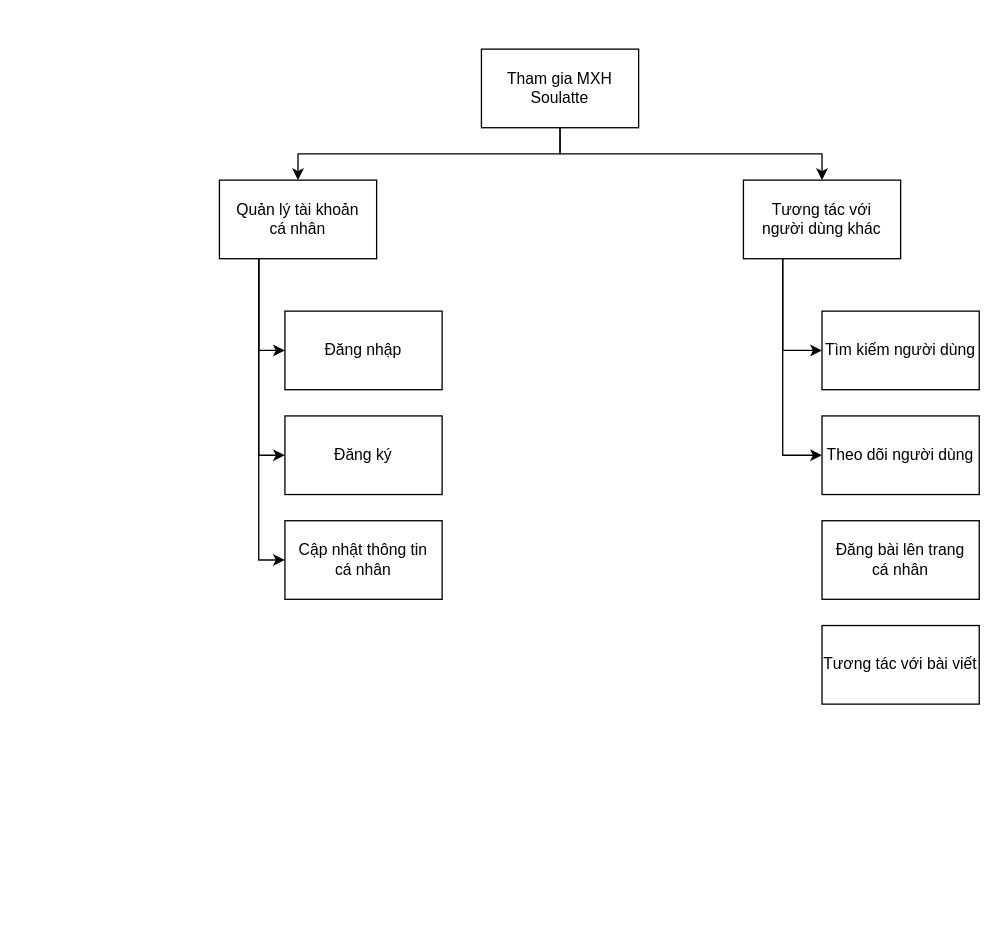
Above: bfd.drawio in ZaffranLe/datn (draw.io), before the change. Source tidied: cells renumbered, new cells numbered last; positions are measured from the earlier drawing's top-left corner, leaving out a move shared by most shapes. Both pictures are drawn from the tidied source at 131%, with x=0, y=0 at pixel (219, 48).
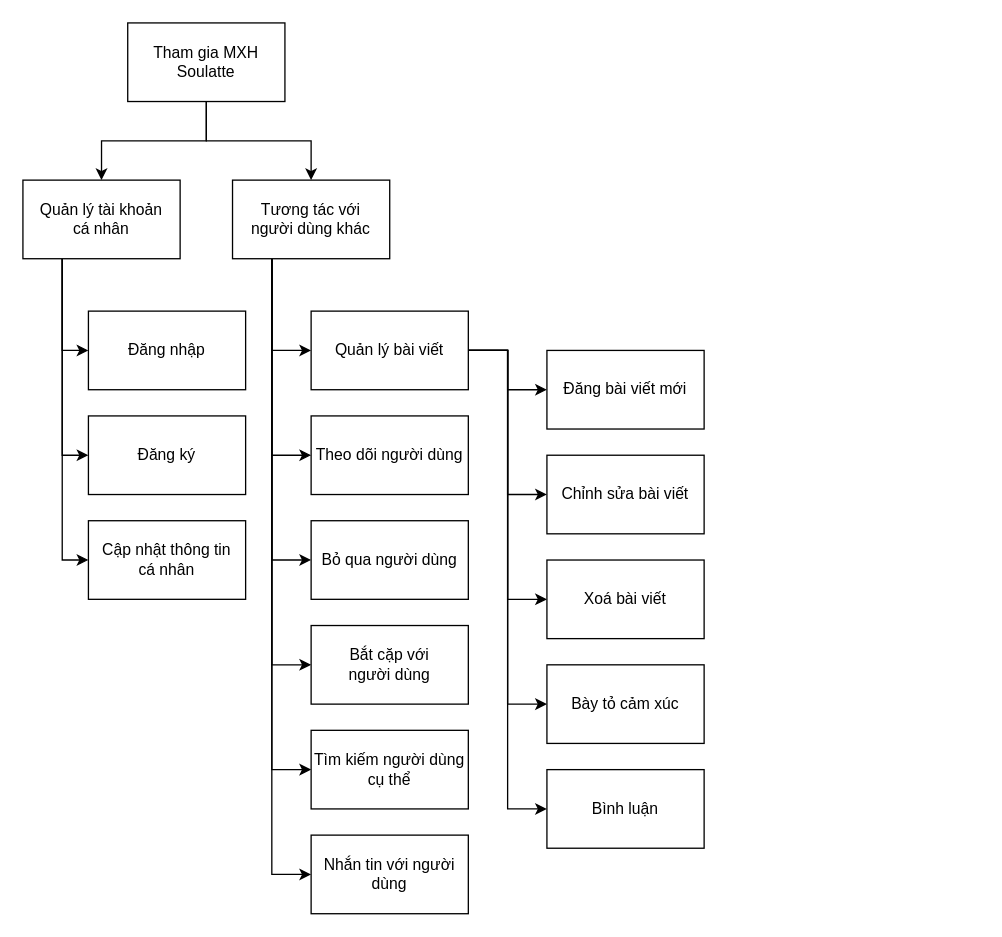
The same diagram, later.

What changed in the source:
```diff
@@
     <mxCell id="4" value="Tham gia MXH Soulatte" style="rounded=0;whiteSpace=wrap;html=1;" parent="1" vertex="1">
-      <mxGeometry x="200" width="120" height="60" as="geometry" />
+      <mxGeometry x="-70" y="-20" width="120" height="60" as="geometry" />
     </mxCell>
@@
     <mxCell id="8" value="Quản lý tài khoản&lt;br&gt;cá nhân" style="rounded=0;whiteSpace=wrap;html=1;" parent="1" vertex="1">
-      <mxGeometry y="100" width="120" height="60" as="geometry" />
+      <mxGeometry x="-150" y="100" width="120" height="60" as="geometry" />
     </mxCell>
@@
+    <mxCell id="19" style="edgeStyle=orthogonalEdgeStyle;rounded=0;jettySize=auto;html=1;exitX=0.25;exitY=1;exitDx=0;exitDy=0;entryX=0;entryY=0.5;entryDx=0;entryDy=0;" parent="1" edge="1" source="11" target="18">
+      <mxGeometry relative="1" as="geometry" />
+    </mxCell>
+    <mxCell id="20" style="edgeStyle=orthogonalEdgeStyle;rounded=0;jettySize=auto;html=1;exitX=0.25;exitY=1;exitDx=0;exitDy=0;entryX=0;entryY=0.5;entryDx=0;entryDy=0;" parent="1" edge="1" source="11" target="28">
+      <mxGeometry relative="1" as="geometry" />
+    </mxCell>
+    <mxCell id="21" style="edgeStyle=orthogonalEdgeStyle;rounded=0;jettySize=auto;html=1;exitX=0.25;exitY=1;exitDx=0;exitDy=0;entryX=0;entryY=0.5;entryDx=0;entryDy=0;" parent="1" edge="1" source="11" target="29">
+      <mxGeometry relative="1" as="geometry" />
+    </mxCell>
+    <mxCell id="22" style="edgeStyle=orthogonalEdgeStyle;rounded=0;jettySize=auto;html=1;exitX=0.25;exitY=1;exitDx=0;exitDy=0;entryX=0;entryY=0.5;entryDx=0;entryDy=0;" parent="1" edge="1" source="11" target="30">
+      <mxGeometry relative="1" as="geometry" />
+    </mxCell>
     <mxCell id="11" value="Tương tác với&lt;br&gt;người dùng khác" style="rounded=0;whiteSpace=wrap;html=1;" parent="1" vertex="1">
-      <mxGeometry x="400" y="100" width="120" height="60" as="geometry" />
+      <mxGeometry x="10" y="100" width="120" height="60" as="geometry" />
     </mxCell>
     <mxCell id="12" value="Đăng nhập" style="rounded=0;whiteSpace=wrap;html=1;" parent="1" vertex="1">
-      <mxGeometry x="50" y="200" width="120" height="60" as="geometry" />
+      <mxGeometry x="-100" y="200" width="120" height="60" as="geometry" />
     </mxCell>
     <mxCell id="13" value="Đăng ký" style="rounded=0;whiteSpace=wrap;html=1;" parent="1" vertex="1">
-      <mxGeometry x="50" y="280" width="120" height="60" as="geometry" />
+      <mxGeometry x="-100" y="280" width="120" height="60" as="geometry" />
     </mxCell>
     <mxCell id="14" value="Cập nhật thông tin&lt;br&gt;cá nhân" style="rounded=0;whiteSpace=wrap;html=1;" parent="1" vertex="1">
-      <mxGeometry x="50" y="360" width="120" height="60" as="geometry" />
+      <mxGeometry x="-100" y="360" width="120" height="60" as="geometry" />
     </mxCell>
+    <mxCell id="23" style="edgeStyle=orthogonalEdgeStyle;rounded=0;jettySize=auto;html=1;exitX=1;exitY=0.5;exitDx=0;exitDy=0;entryX=0;entryY=0.5;entryDx=0;entryDy=0;" parent="1" edge="1" source="15" target="31">
+      <mxGeometry relative="1" as="geometry" />
+    </mxCell>
+    <mxCell id="24" style="edgeStyle=orthogonalEdgeStyle;rounded=0;jettySize=auto;html=1;exitX=1;exitY=0.5;exitDx=0;exitDy=0;entryX=0;entryY=0.5;entryDx=0;entryDy=0;" parent="1" edge="1" source="15" target="32">
+      <mxGeometry relative="1" as="geometry" />
+    </mxCell>
+    <mxCell id="25" style="edgeStyle=orthogonalEdgeStyle;rounded=0;jettySize=auto;html=1;exitX=1;exitY=0.5;exitDx=0;exitDy=0;entryX=0;entryY=0.5;entryDx=0;entryDy=0;" parent="1" edge="1" source="15" target="33">
+      <mxGeometry relative="1" as="geometry" />
+    </mxCell>
+    <mxCell id="26" style="edgeStyle=orthogonalEdgeStyle;rounded=0;jettySize=auto;html=1;exitX=1;exitY=0.5;exitDx=0;exitDy=0;entryX=0;entryY=0.5;entryDx=0;entryDy=0;" parent="1" edge="1" source="15" target="34">
+      <mxGeometry relative="1" as="geometry" />
+    </mxCell>
+    <mxCell id="27" style="edgeStyle=orthogonalEdgeStyle;rounded=0;jettySize=auto;html=1;exitX=1;exitY=0.5;exitDx=0;exitDy=0;entryX=0;entryY=0.5;entryDx=0;entryDy=0;" parent="1" edge="1" source="15" target="35">
+      <mxGeometry relative="1" as="geometry" />
+    </mxCell>
-    <mxCell id="15" value="Tìm kiếm người dùng" style="rounded=0;whiteSpace=wrap;html=1;" parent="1" vertex="1">
-      <mxGeometry x="460" y="200" width="120" height="60" as="geometry" />
+    <mxCell id="15" value="Quản lý bài viết" style="rounded=0;whiteSpace=wrap;html=1;" parent="1" vertex="1">
+      <mxGeometry x="70" y="200" width="120" height="60" as="geometry" />
     </mxCell>
     <mxCell id="16" value="Theo dõi người dùng" style="rounded=0;whiteSpace=wrap;html=1;" parent="1" vertex="1">
-      <mxGeometry x="460" y="280" width="120" height="60" as="geometry" />
+      <mxGeometry x="70" y="280" width="120" height="60" as="geometry" />
     </mxCell>
-    <mxCell id="17" value="Đăng bài lên trang&lt;br&gt;cá nhân" style="rounded=0;whiteSpace=wrap;html=1;" parent="1" vertex="1">
-      <mxGeometry x="460" y="360" width="120" height="60" as="geometry" />
-    </mxCell>
-    <mxCell id="18" value="Tương tác với bài viết" style="rounded=0;whiteSpace=wrap;html=1;" parent="1" vertex="1">
-      <mxGeometry x="460" y="440" width="120" height="60" as="geometry" />
+    <mxCell id="18" value="Bỏ qua người dùng&lt;br&gt;" style="rounded=0;whiteSpace=wrap;html=1;" parent="1" vertex="1">
+      <mxGeometry x="70" y="360" width="120" height="60" as="geometry" />
     </mxCell>
+    <mxCell id="28" value="Bắt cặp với&lt;br&gt;người dùng" style="rounded=0;whiteSpace=wrap;html=1;" parent="1" vertex="1">
+      <mxGeometry x="70" y="440" width="120" height="60" as="geometry" />
+    </mxCell>
+    <mxCell id="29" value="Tìm kiếm người dùng cụ thể" style="rounded=0;whiteSpace=wrap;html=1;" parent="1" vertex="1">
+      <mxGeometry x="70" y="520" width="120" height="60" as="geometry" />
+    </mxCell>
+    <mxCell id="30" value="Nhắn tin với người dùng&lt;br&gt;" style="rounded=0;whiteSpace=wrap;html=1;" parent="1" vertex="1">
+      <mxGeometry x="70" y="600" width="120" height="60" as="geometry" />
+    </mxCell>
+    <mxCell id="31" value="Đăng bài viết mới" style="rounded=0;whiteSpace=wrap;html=1;" parent="1" vertex="1">
+      <mxGeometry x="250" y="230" width="120" height="60" as="geometry" />
+    </mxCell>
+    <mxCell id="32" value="Chỉnh sửa bài viết" style="rounded=0;whiteSpace=wrap;html=1;" parent="1" vertex="1">
+      <mxGeometry x="250" y="310" width="120" height="60" as="geometry" />
+    </mxCell>
+    <mxCell id="33" value="Xoá bài viết" style="rounded=0;whiteSpace=wrap;html=1;" parent="1" vertex="1">
+      <mxGeometry x="250" y="390" width="120" height="60" as="geometry" />
+    </mxCell>
+    <mxCell id="34" value="Bày tỏ cảm xúc" style="rounded=0;whiteSpace=wrap;html=1;" parent="1" vertex="1">
+      <mxGeometry x="250" y="470" width="120" height="60" as="geometry" />
+    </mxCell>
+    <mxCell id="35" value="Bình luận" style="rounded=0;whiteSpace=wrap;html=1;" parent="1" vertex="1">
+      <mxGeometry x="250" y="550" width="120" height="60" as="geometry" />
+    </mxCell>
```
